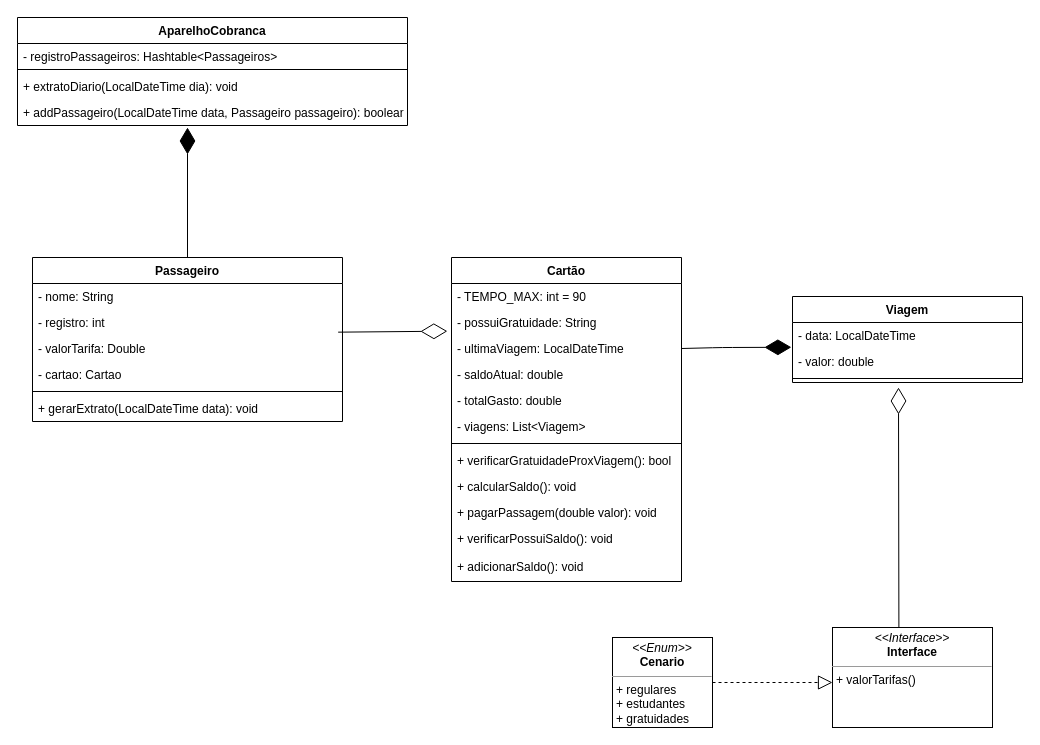
The draw.io diagram MODULAR/Prova03-md.drawio in joeyclapton/atividades_puc, before the edit. Source tidied: cells renumbered, new cells numbered last; positions are measured from the earlier drawing's top-left corner, leaving out a move shared by most shapes. Both pictures are drawn from the tidied source at 100%, with x=0, y=0 at pixel (17, 17).
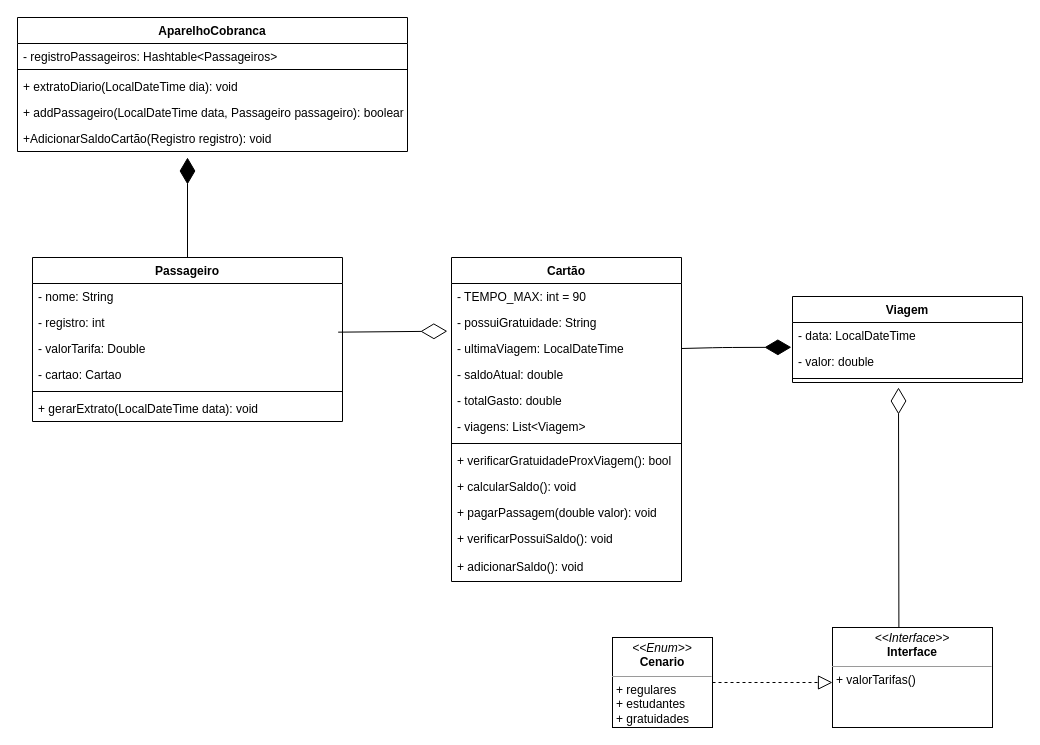
Above is the later version.

The change refers to these unchanged cells:
```xml
<mxCell id="2" value="Passageiro" style="swimlane;fontStyle=1;align=center;verticalAlign=top;horizontal=1;startSize=26;" parent="1" vertex="1">
  <mxGeometry x="15" y="240" width="310" height="164" as="geometry" />
</mxCell>
```

What changed in the source:
```diff
@@
     <mxCell id="27" value="AparelhoCobranca" style="swimlane;fontStyle=1;align=center;verticalAlign=top;horizontal=1;startSize=26;" parent="1" vertex="1">
-      <mxGeometry width="390" height="108" as="geometry" />
+      <mxGeometry width="390" height="134" as="geometry" />
     </mxCell>
@@
+    <mxCell id="38" value="+ addPassageiro(LocalDateTime data, Passageiro passageiro): boolean" style="text;strokeColor=none;fillColor=none;align=left;verticalAlign=top;spacingLeft=4;spacingRight=4;overflow=hidden;" parent="27" vertex="1">
+      <mxGeometry y="82" width="390" height="26" as="geometry" />
+    </mxCell>
-    <mxCell id="31" value="+ addPassageiro(LocalDateTime data, Passageiro passageiro): boolean" style="text;strokeColor=none;fillColor=none;align=left;verticalAlign=top;spacingLeft=4;spacingRight=4;overflow=hidden;" parent="27" vertex="1">
-      <mxGeometry y="82" width="390" height="26" as="geometry" />
+    <mxCell id="31" value="+AdicionarSaldoCartão(Registro registro): void" style="text;strokeColor=none;fillColor=none;align=left;verticalAlign=top;spacingLeft=4;spacingRight=4;overflow=hidden;" parent="27" vertex="1">
+      <mxGeometry y="108" width="390" height="26" as="geometry" />
     </mxCell>
     <mxCell id="32" style="endArrow=diamondThin;endFill=1;endSize=24;html=1;strokeColor=#000000;exitX=0.5;exitY=0;exitDx=0;exitDy=0;" parent="1" edge="1" source="2">
       <mxGeometry relative="1" as="geometry">
-        <mxPoint x="170" y="110" as="targetPoint" />
+        <mxPoint x="170" y="140" as="targetPoint" />
       </mxGeometry>
     </mxCell>
```
